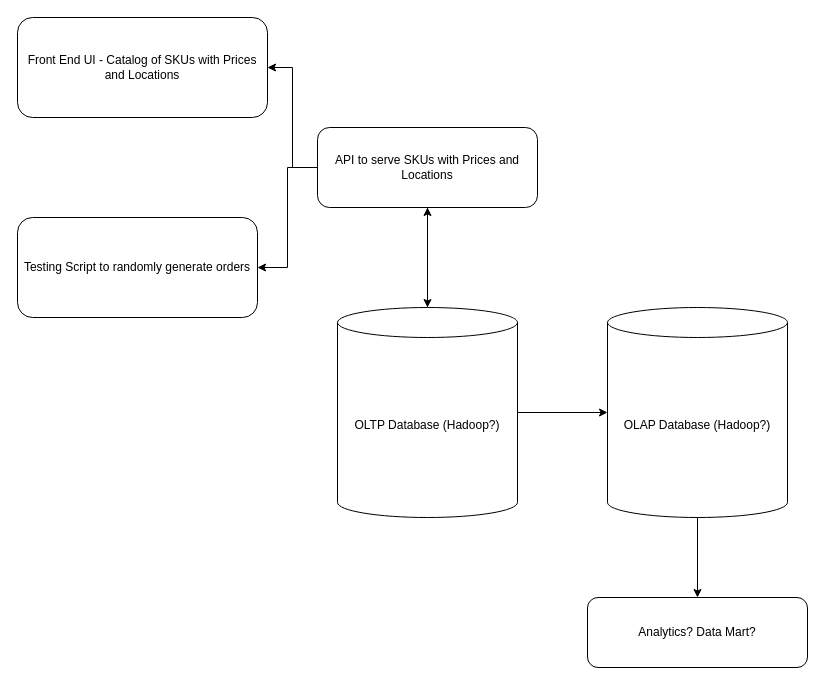
The draw.io diagram Inventory and Order Management System.drawio in jay-baldev/hermes, before the edit. Source tidied: cells renumbered, new cells numbered last; positions are measured from the earlier drawing's top-left corner, leaving out a move shared by most shapes. Both pictures are drawn from the tidied source at 100%, with x=0, y=0 at pixel (17, 17).
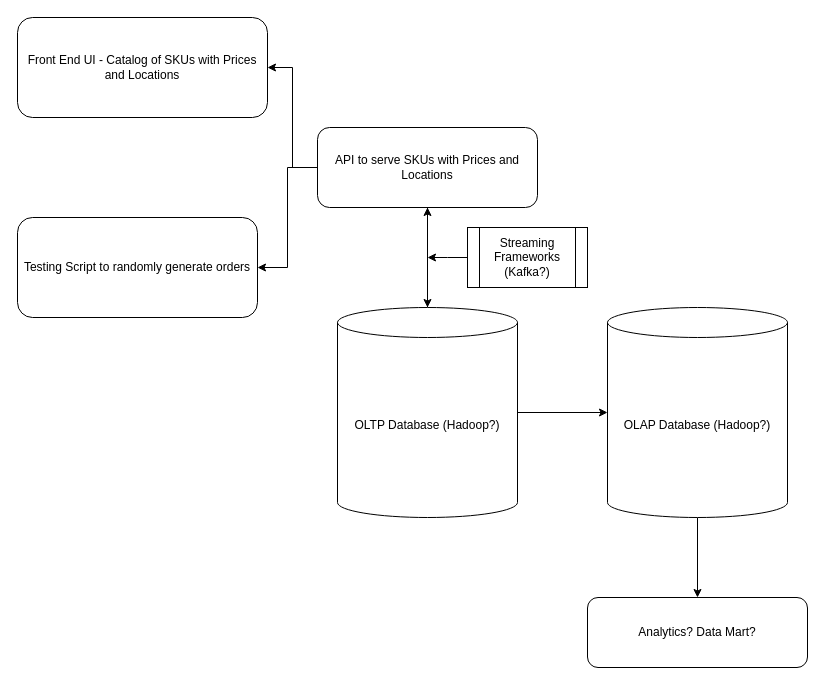
The same diagram, later.

What changed in the source:
```diff
@@
 <mxGraphModel>
   <root>
     <mxCell id="0" />
     <mxCell id="1" parent="0" />
     <mxCell id="2" value="Front End UI - Catalog of SKUs with Prices and Locations" style="rounded=1;whiteSpace=wrap;html=1;" parent="1" vertex="1">
       <mxGeometry width="250" height="100" as="geometry" />
     </mxCell>
     <mxCell id="3" style="edgeStyle=orthogonalEdgeStyle;rounded=0;jettySize=auto;html=1;entryX=1;entryY=0.5;entryDx=0;entryDy=0;" parent="1" edge="1" source="6" target="2">
       <mxGeometry relative="1" as="geometry" />
     </mxCell>
     <mxCell id="4" style="edgeStyle=orthogonalEdgeStyle;rounded=0;jettySize=auto;html=1;entryX=1;entryY=0.5;entryDx=0;entryDy=0;" parent="1" edge="1" source="6" target="7">
       <mxGeometry relative="1" as="geometry" />
     </mxCell>
     <mxCell id="5" style="edgeStyle=orthogonalEdgeStyle;rounded=0;jettySize=auto;html=1;" parent="1" edge="1" source="6" target="10">
       <mxGeometry relative="1" as="geometry" />
     </mxCell>
     <mxCell id="6" value="API to serve SKUs with Prices and Locations" style="rounded=1;whiteSpace=wrap;html=1;" parent="1" vertex="1">
       <mxGeometry x="300" y="110" width="220" height="80" as="geometry" />
     </mxCell>
     <mxCell id="7" value="Testing Script to randomly generate orders" style="rounded=1;whiteSpace=wrap;html=1;" parent="1" vertex="1">
       <mxGeometry y="200" width="240" height="100" as="geometry" />
     </mxCell>
     <mxCell id="8" style="edgeStyle=orthogonalEdgeStyle;rounded=0;jettySize=auto;html=1;exitX=0.5;exitY=0;exitDx=0;exitDy=0;exitPerimeter=0;" parent="1" edge="1" source="10" target="6">
       <mxGeometry relative="1" as="geometry" />
     </mxCell>
     <mxCell id="9" style="edgeStyle=orthogonalEdgeStyle;rounded=0;jettySize=auto;html=1;exitX=1;exitY=0.5;exitDx=0;exitDy=0;exitPerimeter=0;" parent="1" edge="1" source="10" target="12">
       <mxGeometry relative="1" as="geometry" />
     </mxCell>
     <mxCell id="10" value="OLTP Database (Hadoop?)" style="shape=cylinder3;whiteSpace=wrap;html=1;boundedLbl=1;backgroundOutline=1;size=15;" parent="1" vertex="1">
       <mxGeometry x="320" y="290" width="180" height="210" as="geometry" />
     </mxCell>
     <mxCell id="11" style="edgeStyle=orthogonalEdgeStyle;rounded=0;jettySize=auto;html=1;entryX=0.5;entryY=0;entryDx=0;entryDy=0;" parent="1" edge="1" source="12" target="13">
       <mxGeometry relative="1" as="geometry" />
     </mxCell>
     <mxCell id="12" value="OLAP Database (Hadoop?)" style="shape=cylinder3;whiteSpace=wrap;html=1;boundedLbl=1;backgroundOutline=1;size=15;" parent="1" vertex="1">
       <mxGeometry x="590" y="290" width="180" height="210" as="geometry" />
     </mxCell>
     <mxCell id="13" value="Analytics? Data Mart?" style="rounded=1;whiteSpace=wrap;html=1;" parent="1" vertex="1">
       <mxGeometry x="570" y="580" width="220" height="70" as="geometry" />
     </mxCell>
+    <mxCell id="14" style="edgeStyle=orthogonalEdgeStyle;rounded=0;jettySize=auto;html=1;exitX=0;exitY=0.5;exitDx=0;exitDy=0;" parent="1" edge="1" source="15">
+      <mxGeometry relative="1" as="geometry">
+        <mxPoint x="410" y="240" as="targetPoint" />
+      </mxGeometry>
+    </mxCell>
+    <mxCell id="15" value="Streaming Frameworks (Kafka?)" style="shape=process;whiteSpace=wrap;html=1;backgroundOutline=1;" parent="1" vertex="1">
+      <mxGeometry x="450" y="210" width="120" height="60" as="geometry" />
+    </mxCell>
   </root>
 </mxGraphModel>
```
